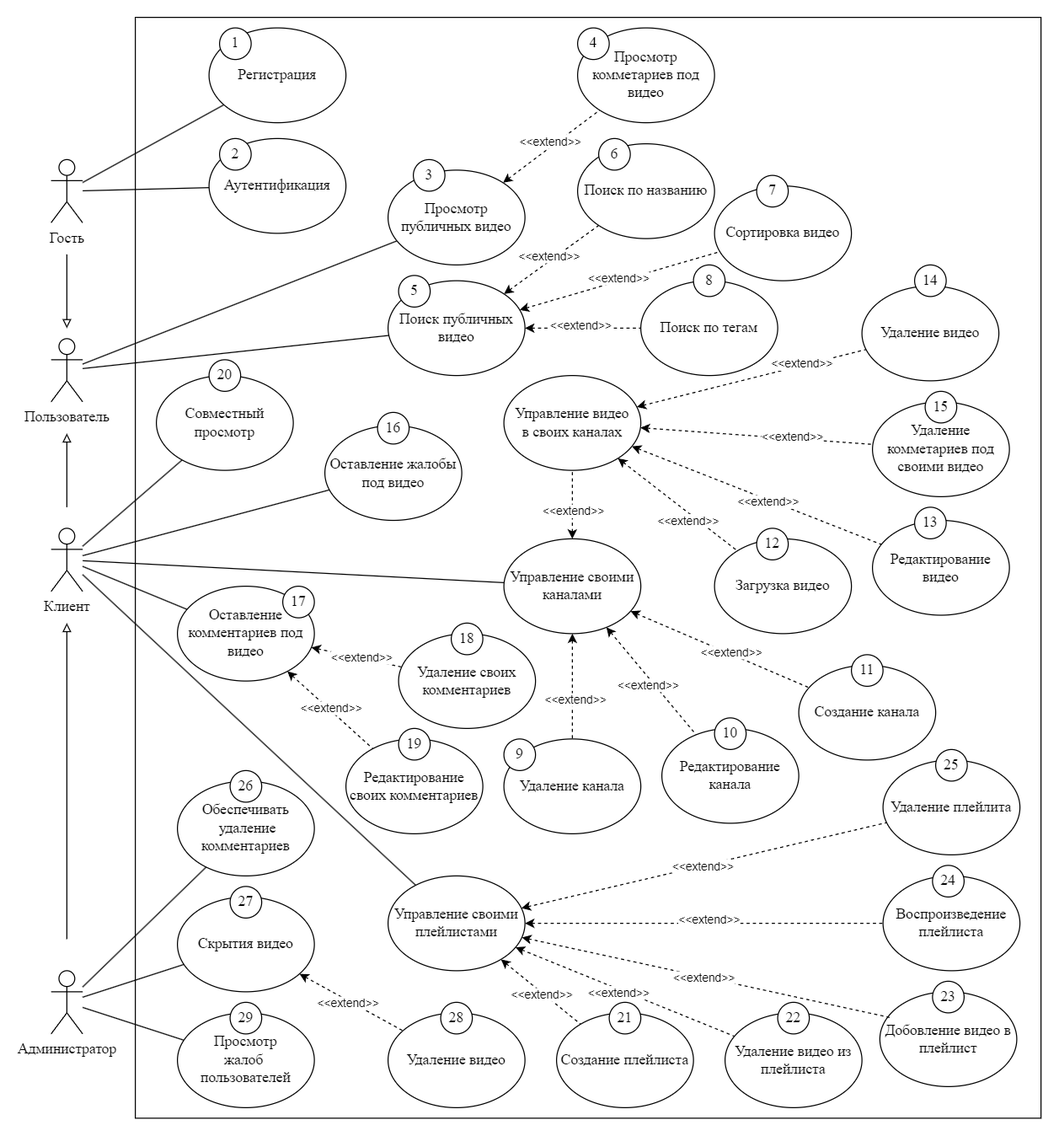
DioMain/BYTUBE keeps this draw.io diagram as USECASE.drawio.png. Above is the earlier version. Source tidied: cells renumbered, new cells last; positions are measured from the earlier drawing's top-left corner, leaving out a move shared by most shapes.
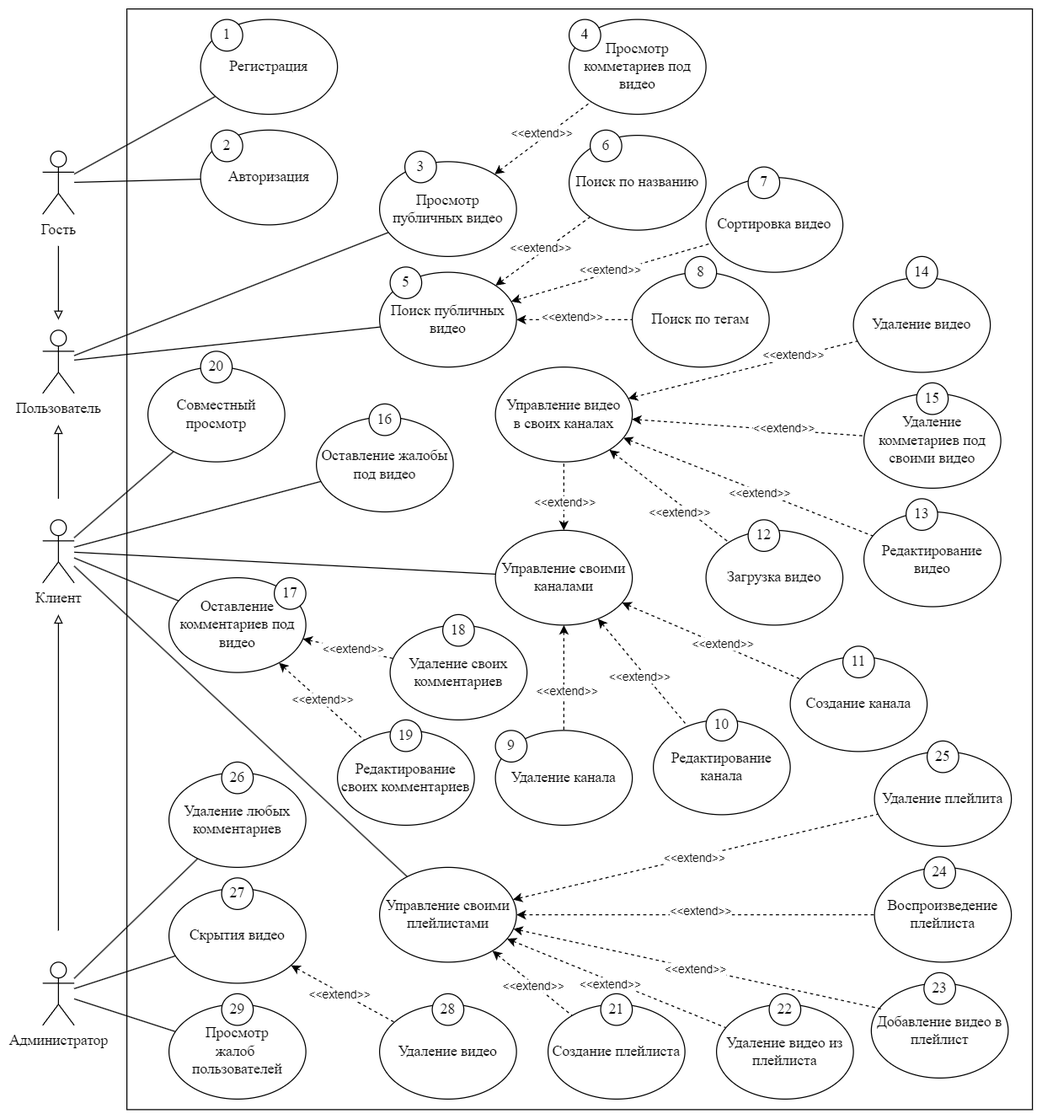
The same diagram one commit later.

Diff of the diagram source:
```diff
@@ -106,7 +106,7 @@
     <mxCell id="32" value="Регистрация" style="ellipse;whiteSpace=wrap;html=1;fontFamily=Times New Roman;fontSize=14;" parent="1" vertex="1">
       <mxGeometry x="150" y="10" width="130" height="90" as="geometry" />
     </mxCell>
-    <mxCell id="33" value="Аутентификация" style="ellipse;whiteSpace=wrap;html=1;fontFamily=Times New Roman;fontSize=14;" parent="1" vertex="1">
+    <mxCell id="33" value="Авторизация" style="ellipse;whiteSpace=wrap;html=1;fontFamily=Times New Roman;fontSize=14;" parent="1" vertex="1">
       <mxGeometry x="150" y="115" width="130" height="90" as="geometry" />
     </mxCell>
     <mxCell id="34" style="edgeStyle=none;shape=connector;rounded=0;jettySize=auto;html=1;dashed=1;strokeColor=default;align=center;verticalAlign=middle;fontFamily=Helvetica;fontSize=11;fontColor=default;labelBackgroundColor=default;startArrow=classic;startFill=1;endArrow=none;endFill=0;" parent="1" edge="1" source="36" target="43">
@@ -121,7 +121,7 @@
     <mxCell id="37" value="&lt;span style=&quot;font-size: 14px; font-family: &amp;quot;Times New Roman&amp;quot;, serif;&quot;&gt;Просмотр&lt;br style=&quot;font-size: 14px;&quot;&gt;жалоб&amp;nbsp;&lt;/span&gt;&lt;div&gt;&lt;span style=&quot;font-size: 14px; font-family: &amp;quot;Times New Roman&amp;quot;, serif;&quot;&gt;пользователей&lt;/span&gt;&lt;/div&gt;" style="ellipse;whiteSpace=wrap;html=1;fontFamily=Times New Roman;fontSize=14;" parent="1" vertex="1">
       <mxGeometry x="120" y="945" width="130" height="90" as="geometry" />
     </mxCell>
-    <mxCell id="38" value="&lt;span style=&quot;font-size: 14px; font-family: &amp;quot;Times New Roman&amp;quot;, serif;&quot;&gt;Обеспечивать&lt;/span&gt;&lt;div&gt;&lt;span style=&quot;font-size: 14px; font-family: &amp;quot;Times New Roman&amp;quot;, serif;&quot;&gt;&amp;nbsp;удаление комментариев&lt;/span&gt;&lt;/div&gt;" style="ellipse;whiteSpace=wrap;html=1;fontFamily=Times New Roman;fontSize=14;" parent="1" vertex="1">
+    <mxCell id="38" value="&lt;div&gt;&lt;span style=&quot;font-size: 14px; font-family: &amp;quot;Times New Roman&amp;quot;, serif;&quot;&gt;Удаление любых комментариев&lt;/span&gt;&lt;/div&gt;" style="ellipse;whiteSpace=wrap;html=1;fontFamily=Times New Roman;fontSize=14;" parent="1" vertex="1">
       <mxGeometry x="120" y="725" width="130" height="90" as="geometry" />
     </mxCell>
     <mxCell id="39" value="1" style="ellipse;whiteSpace=wrap;html=1;fontFamily=Times New Roman;fontSize=14;" parent="1" vertex="1">
@@ -210,7 +210,7 @@
     <mxCell id="66" value="&lt;font face=&quot;Times New Roman, serif&quot;&gt;Удаление плейлита&lt;/font&gt;" style="ellipse;whiteSpace=wrap;html=1;fontFamily=Times New Roman;fontSize=14;" parent="1" vertex="1">
       <mxGeometry x="790" y="705" width="130" height="90" as="geometry" />
     </mxCell>
-    <mxCell id="67" value="&lt;font face=&quot;Times New Roman, serif&quot;&gt;Добовление видео в плейлист&lt;/font&gt;" style="ellipse;whiteSpace=wrap;html=1;fontFamily=Times New Roman;fontSize=14;" parent="1" vertex="1">
+    <mxCell id="67" value="&lt;font face=&quot;Times New Roman, serif&quot;&gt;Добавление видео в плейлист&lt;/font&gt;" style="ellipse;whiteSpace=wrap;html=1;fontFamily=Times New Roman;fontSize=14;" parent="1" vertex="1">
       <mxGeometry x="787" y="925" width="130" height="90" as="geometry" />
     </mxCell>
     <mxCell id="68" value="&lt;font face=&quot;Times New Roman, serif&quot;&gt;Воспроизведение плейлиста&lt;/font&gt;" style="ellipse;whiteSpace=wrap;html=1;fontFamily=Times New Roman;fontSize=14;" parent="1" vertex="1">
```
